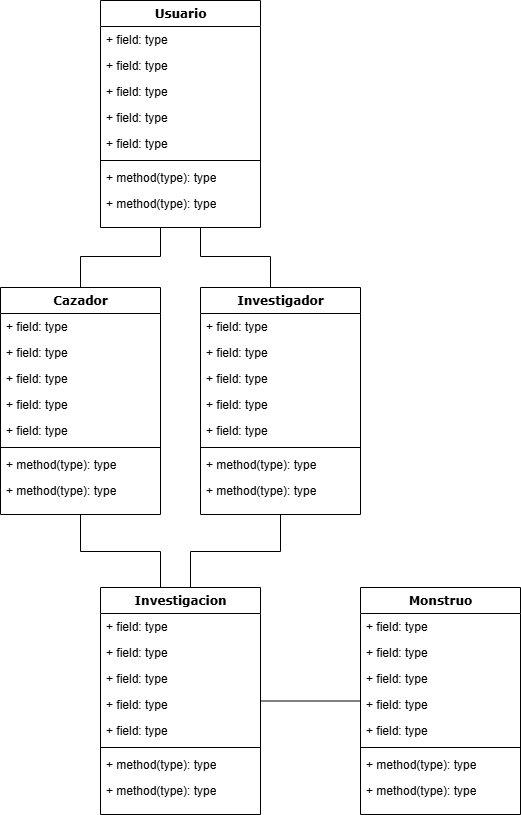
Before: images/diagrama-de-clases.drawio.png, a diagram exported from draw.io (eduardosmoralesglez/diario-del-cazador-mhw). Source tidied: cells renumbered, new cells last; positions are measured from the earlier drawing's top-left corner, leaving out a move shared by most shapes.
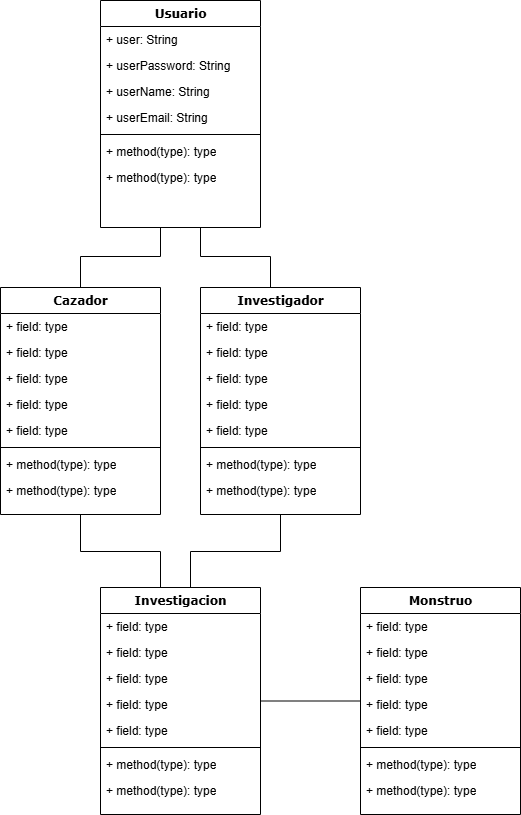
Later version of the same file.

What changed in the source:
```diff
@@ -21,29 +21,26 @@
     <mxCell id="4" value="Usuario" style="swimlane;html=1;fontStyle=1;align=center;verticalAlign=top;horizontal=1;startSize=26;swimlaneFillColor=#ffffff;rounded=0;shadow=0;comic=0;labelBackgroundColor=none;strokeWidth=1;fillColor=none;fontFamily=Verdana;fontSize=12;" parent="1" vertex="1">
       <mxGeometry x="100" width="160" height="227" as="geometry" />
     </mxCell>
-    <mxCell id="5" value="+ field: type" style="text;html=1;strokeColor=none;fillColor=none;align=left;verticalAlign=top;spacingLeft=4;spacingRight=4;whiteSpace=wrap;overflow=hidden;" parent="4" vertex="1">
+    <mxCell id="5" value="+ user: String" style="text;html=1;strokeColor=none;fillColor=none;align=left;verticalAlign=top;spacingLeft=4;spacingRight=4;whiteSpace=wrap;overflow=hidden;" parent="4" vertex="1">
       <mxGeometry y="26" width="160" height="26" as="geometry" />
     </mxCell>
-    <mxCell id="6" value="+ field: type" style="text;html=1;strokeColor=none;fillColor=none;align=left;verticalAlign=top;spacingLeft=4;spacingRight=4;whiteSpace=wrap;overflow=hidden;" parent="4" vertex="1">
+    <mxCell id="6" value="+ userPassword: String" style="text;html=1;strokeColor=none;fillColor=none;align=left;verticalAlign=top;spacingLeft=4;spacingRight=4;whiteSpace=wrap;overflow=hidden;" parent="4" vertex="1">
       <mxGeometry y="52" width="160" height="26" as="geometry" />
     </mxCell>
-    <mxCell id="7" value="+ field: type" style="text;html=1;strokeColor=none;fillColor=none;align=left;verticalAlign=top;spacingLeft=4;spacingRight=4;whiteSpace=wrap;overflow=hidden;" parent="4" vertex="1">
+    <mxCell id="7" value="+ userName: String" style="text;html=1;strokeColor=none;fillColor=none;align=left;verticalAlign=top;spacingLeft=4;spacingRight=4;whiteSpace=wrap;overflow=hidden;" parent="4" vertex="1">
       <mxGeometry y="78" width="160" height="26" as="geometry" />
     </mxCell>
-    <mxCell id="8" value="+ field: type" style="text;html=1;strokeColor=none;fillColor=none;align=left;verticalAlign=top;spacingLeft=4;spacingRight=4;whiteSpace=wrap;overflow=hidden;" parent="4" vertex="1">
+    <mxCell id="8" value="+ userEmail: String" style="text;html=1;strokeColor=none;fillColor=none;align=left;verticalAlign=top;spacingLeft=4;spacingRight=4;whiteSpace=wrap;overflow=hidden;" parent="4" vertex="1">
       <mxGeometry y="104" width="160" height="26" as="geometry" />
     </mxCell>
-    <mxCell id="9" value="+ field: type" style="text;html=1;strokeColor=none;fillColor=none;align=left;verticalAlign=top;spacingLeft=4;spacingRight=4;whiteSpace=wrap;overflow=hidden;" parent="4" vertex="1">
-      <mxGeometry y="130" width="160" height="26" as="geometry" />
-    </mxCell>
     <mxCell id="10" style="line;html=1;strokeWidth=1;fillColor=none;align=left;verticalAlign=middle;spacingTop=-1;spacingLeft=3;spacingRight=3;labelPosition=right;" parent="4" vertex="1">
-      <mxGeometry y="156" width="160" height="8" as="geometry" />
+      <mxGeometry y="130" width="160" height="8" as="geometry" />
     </mxCell>
     <mxCell id="11" value="+ method(type): type" style="text;html=1;strokeColor=none;fillColor=none;align=left;verticalAlign=top;spacingLeft=4;spacingRight=4;whiteSpace=wrap;overflow=hidden;" parent="4" vertex="1">
-      <mxGeometry y="164" width="160" height="26" as="geometry" />
+      <mxGeometry y="138" width="160" height="26" as="geometry" />
     </mxCell>
     <mxCell id="12" value="+ method(type): type" style="text;html=1;strokeColor=none;fillColor=none;align=left;verticalAlign=top;spacingLeft=4;spacingRight=4;whiteSpace=wrap;overflow=hidden;" parent="4" vertex="1">
-      <mxGeometry y="190" width="160" height="26" as="geometry" />
+      <mxGeometry y="164" width="160" height="26" as="geometry" />
     </mxCell>
     <mxCell id="13" value="Cazador" style="swimlane;html=1;fontStyle=1;align=center;verticalAlign=top;horizontal=1;startSize=26;swimlaneFillColor=#ffffff;rounded=0;shadow=0;comic=0;labelBackgroundColor=none;strokeWidth=1;fillColor=none;fontFamily=Verdana;fontSize=12;" parent="1" vertex="1">
       <mxGeometry y="287" width="160" height="227" as="geometry" />
```
